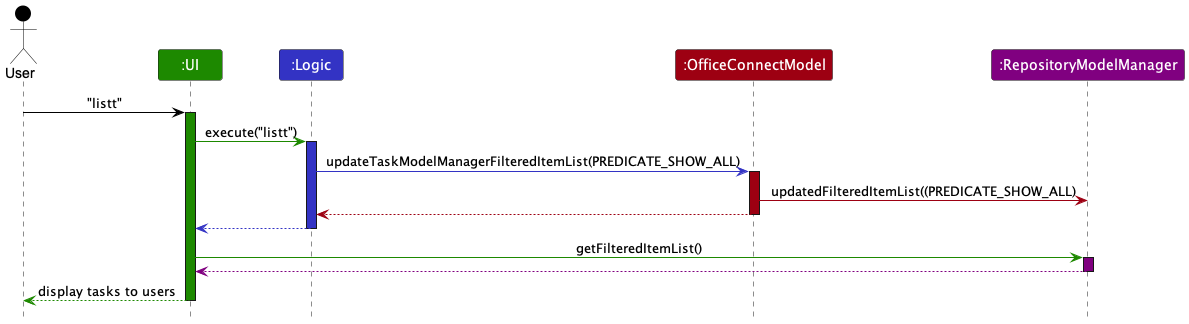
This is docs/images/ListTaskSequenceDiagram.png from nus-cs2103-AY2223S2/tp, a PlantUML export, as it was before one commit.
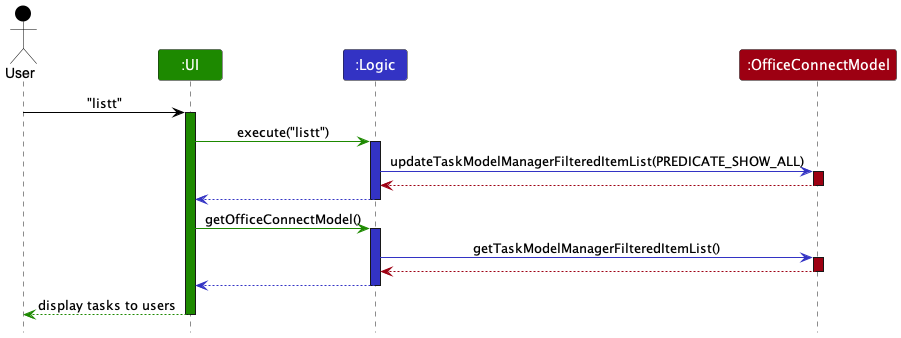
Later version of the same file.

Diff of the diagram source:
```diff
@@ -5,7 +5,6 @@
 Participant ":UI" as ui UI_COLOR
 Participant ":Logic" as logic LOGIC_COLOR
 Participant ":OfficeConnectModel" as model MODEL_COLOR
-Participant ":RepositoryModelManager" as repo REPO_COLOR
 
 user -[USER_COLOR]> ui : "listt"
 activate ui UI_COLOR
@@ -16,19 +15,23 @@
 logic -[LOGIC_COLOR]> model : updateTaskModelManagerFilteredItemList(PREDICATE_SHOW_ALL)
 activate model MODEL_COLOR
 
-model [MODEL_COLOR]-> repo: updatedFilteredItemList((PREDICATE_SHOW_ALL)
-
 model -[MODEL_COLOR]-> logic
 deactivate model
 
 logic --[LOGIC_COLOR]> ui
 deactivate logic
 
-ui-[UI_COLOR]> repo : getFilteredItemList()
-activate repo REPO_COLOR
+ui-[UI_COLOR]> logic : getOfficeConnectModel()
+activate logic LOGIC_COLOR
 
-repo--[#purple]> ui
-deactivate repo REPO_COLOR
+logic-[LOGIC_COLOR]> model : getTaskModelManagerFilteredItemList()
+activate model MODEL_COLOR
+
+model--[MODEL_COLOR]> logic:
+deactivate model
+
+logic--[LOGIC_COLOR]> ui:
+deactivate logic
 
 ui--[UI_COLOR]> user : display tasks to users
 deactivate ui
```
